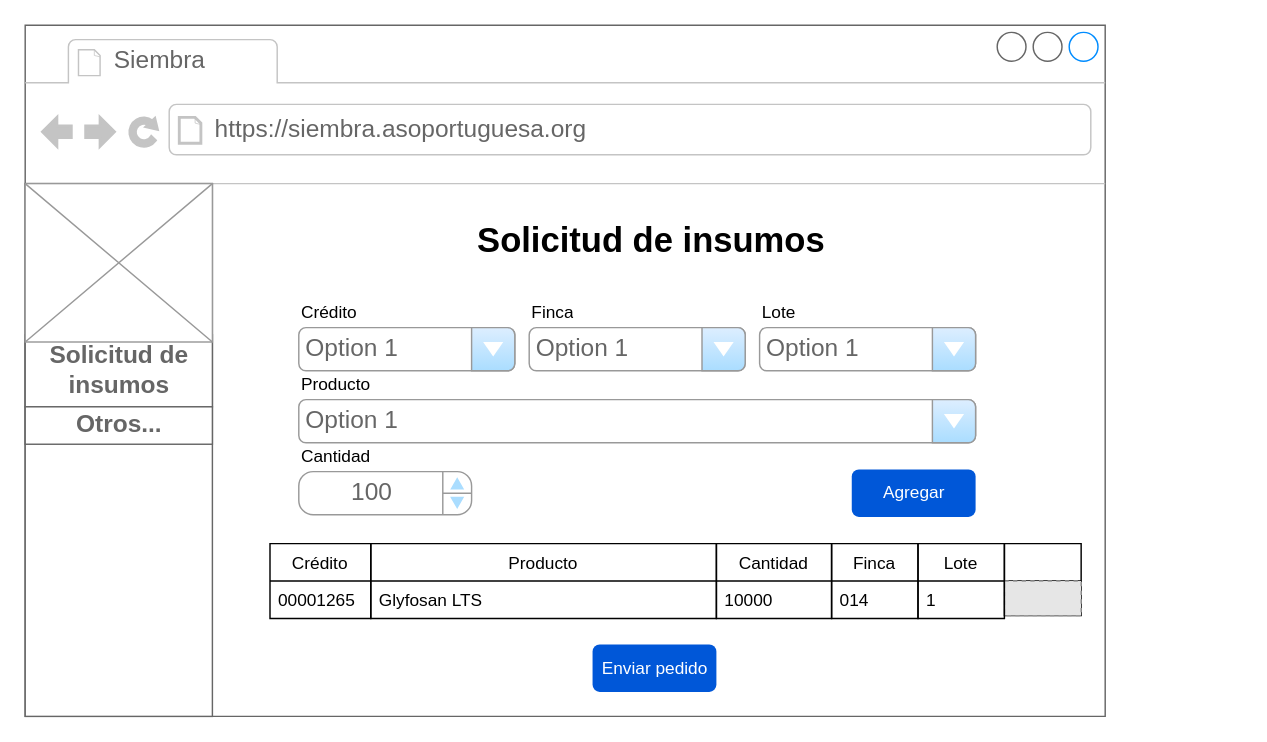
Before: page "Prod - Page-3" (3 of 8) of automatización de oei.drawio in NeroAlfonso/draw_docs, a draw.io diagram. Source tidied: cells renumbered, new cells numbered last; positions are measured from the earlier drawing's top-left corner, leaving out a move shared by most shapes. Both pictures are drawn from the tidied source at 144%, with x=0, y=0 at pixel (24, 24). Pictures stored in the file or linked from it are replaced by grey dashed boxes.
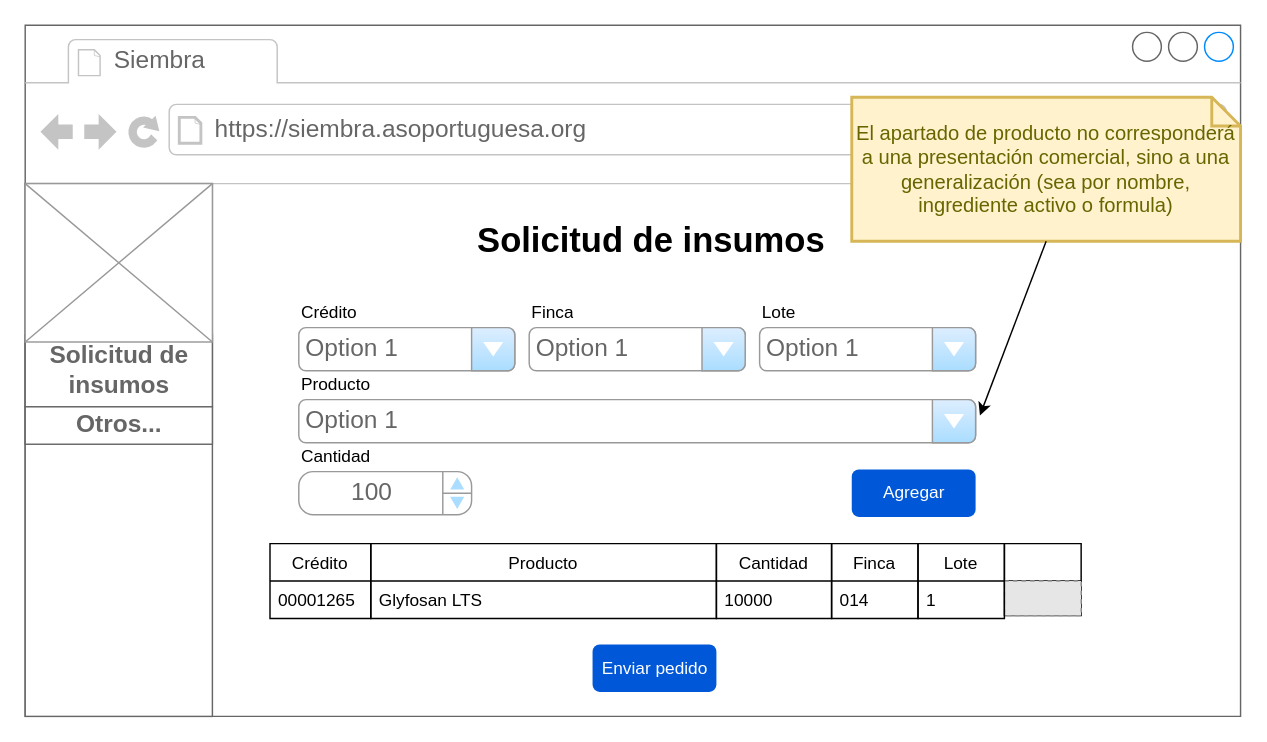
After the change.

Commit message (it also covers changes not shown here):
Agregada nota de producto en la solicitud de insumos

The edit, as a diff of the source:
```diff
@@
     <mxCell id="2" style="strokeWidth=1;shadow=0;dashed=0;align=center;html=1;shape=mxgraph.mockup.containers.browserWindow;rSize=0;strokeColor=#666666;strokeColor2=#008cff;strokeColor3=#c4c4c4;mainText=,;" parent="1" vertex="1">
-      <mxGeometry width="750" height="480" as="geometry" />
+      <mxGeometry width="844" height="480" as="geometry" />
     </mxCell>
@@
+    <mxCell id="34" value="El apartado de producto no corresponderá a una presentación comercial, sino a una generalización (sea por nombre, ingrediente activo o formula)" style="shape=note;strokeWidth=2;fontSize=14;size=20;whiteSpace=wrap;html=1;fillColor=#fff2cc;strokeColor=#d6b656;fontColor=#666600;align=center;" parent="2" vertex="1">
+      <mxGeometry x="574" y="50" width="270" height="100" as="geometry" />
+    </mxCell>
+    <mxCell id="35" style="endArrow=classic;html=1;fontColor=#000000;exitX=0.5;exitY=1;exitDx=0;exitDy=0;exitPerimeter=0;" parent="2" edge="1" source="34">
+      <mxGeometry relative="1" as="geometry">
+        <mxPoint x="663" y="271" as="targetPoint" />
+      </mxGeometry>
+    </mxCell>
```
